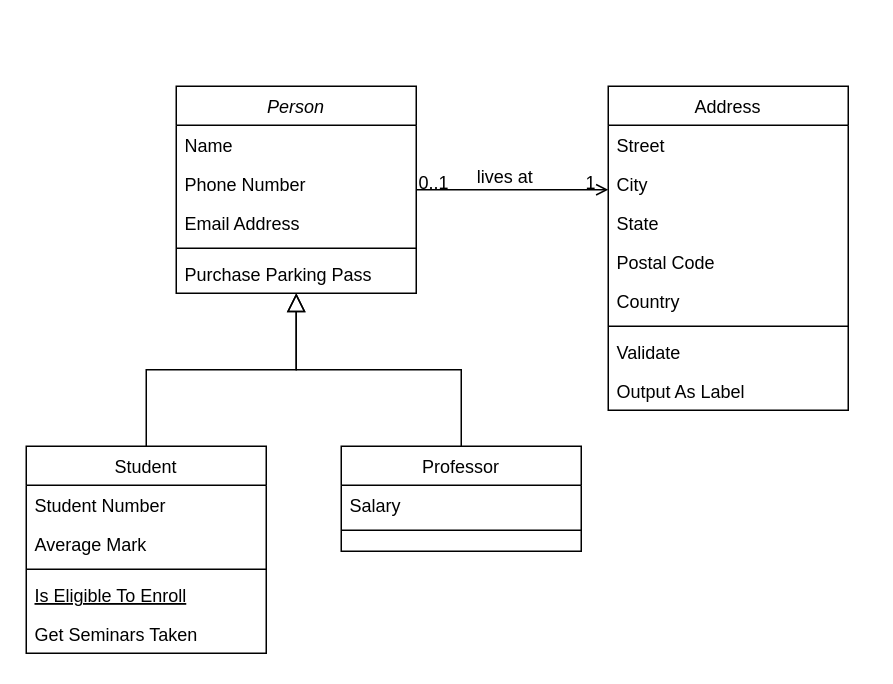
This is Diagramme sans nom.drawio from Jeremy-Cloarec/back-mystifolie, a draw.io file, before an edit. Source tidied: cells renumbered, new cells numbered last; positions are measured from the earlier drawing's top-left corner, leaving out a move shared by most shapes. Both pictures are drawn from the tidied source at 150%, with x=0, y=0 at pixel (26, 86).
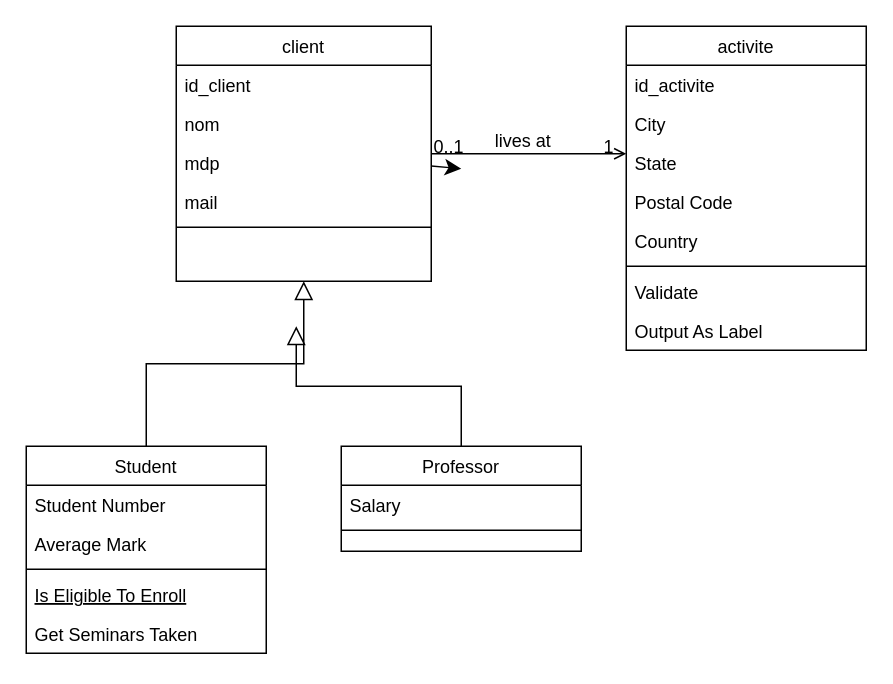
Above is the later version.

Commit message (it also covers changes not shown here):
Mettre à jour Diagramme sans nom.drawio

Unchanged cells that the change refers to:
```xml
<mxCell id="15" value="Professor" style="swimlane;fontStyle=0;align=center;verticalAlign=top;horizontal=1;startSize=26;rounded=0;shadow=0;strokeWidth=1;" parent="1" vertex="1">
  <mxGeometry x="210" y="240" width="160" height="70" as="geometry" />
</mxCell>
```

Change to the diagram source:
```diff
@@
+    <mxCell id="32" style="edgeStyle=none;curved=1;rounded=0;jettySize=auto;html=1;fontSize=12;startSize=8;endSize=8;" parent="1" edge="1" source="2">
+      <mxGeometry relative="1" as="geometry">
+        <mxPoint x="290" y="55" as="targetPoint" />
+      </mxGeometry>
+    </mxCell>
-    <mxCell id="2" value="Person" style="swimlane;fontStyle=2;align=center;verticalAlign=top;horizontal=1;startSize=26;rounded=0;shadow=0;strokeWidth=1;" parent="1" vertex="1">
-      <mxGeometry x="100" width="160" height="138" as="geometry" />
+    <mxCell id="2" value="client" style="swimlane;fontStyle=0;align=center;verticalAlign=top;horizontal=1;startSize=26;rounded=0;shadow=0;strokeWidth=1;" parent="1" vertex="1">
+      <mxGeometry x="100" y="-40" width="170" height="170" as="geometry" />
     </mxCell>
-    <mxCell id="3" value="Name" style="text;align=left;verticalAlign=top;spacingLeft=4;spacingRight=4;overflow=hidden;" parent="2" vertex="1">
-      <mxGeometry y="26" width="160" height="26" as="geometry" />
+    <mxCell id="3" value="id_client" style="text;align=left;verticalAlign=top;spacingLeft=4;spacingRight=4;overflow=hidden;" parent="2" vertex="1">
+      <mxGeometry y="26" width="170" height="26" as="geometry" />
     </mxCell>
-    <mxCell id="4" value="Phone Number" style="text;align=left;verticalAlign=top;spacingLeft=4;spacingRight=4;overflow=hidden;rounded=0;shadow=0;html=0;" parent="2" vertex="1">
-      <mxGeometry y="52" width="160" height="26" as="geometry" />
-    </mxCell>
-    <mxCell id="5" value="Email Address" style="text;align=left;verticalAlign=top;spacingLeft=4;spacingRight=4;overflow=hidden;rounded=0;shadow=0;html=0;" parent="2" vertex="1">
-      <mxGeometry y="78" width="160" height="26" as="geometry" />
-    </mxCell>
+    <mxCell id="33" value="nom" style="text;align=left;verticalAlign=top;spacingLeft=4;spacingRight=4;overflow=hidden;" parent="2" vertex="1">
+      <mxGeometry y="52" width="170" height="26" as="geometry" />
+    </mxCell>
+    <mxCell id="34" value="mdp" style="text;align=left;verticalAlign=top;spacingLeft=4;spacingRight=4;overflow=hidden;" parent="2" vertex="1">
+      <mxGeometry y="78" width="170" height="26" as="geometry" />
+    </mxCell>
+    <mxCell id="35" value="mail&#10;" style="text;align=left;verticalAlign=top;spacingLeft=4;spacingRight=4;overflow=hidden;" parent="2" vertex="1">
+      <mxGeometry y="104" width="170" height="26" as="geometry" />
+    </mxCell>
     <mxCell id="6" style="line;html=1;strokeWidth=1;align=left;verticalAlign=middle;spacingTop=-1;spacingLeft=3;spacingRight=3;labelPosition=right;" parent="2" vertex="1">
-      <mxGeometry y="104" width="160" height="8" as="geometry" />
+      <mxGeometry y="130" width="170" height="8" as="geometry" />
     </mxCell>
-    <mxCell id="7" value="Purchase Parking Pass" style="text;align=left;verticalAlign=top;spacingLeft=4;spacingRight=4;overflow=hidden;" parent="2" vertex="1">
-      <mxGeometry y="112" width="160" height="26" as="geometry" />
-    </mxCell>
@@
-    <mxCell id="18" style="endArrow=block;endSize=10;endFill=0;shadow=0;strokeWidth=1;rounded=0;curved=0;edgeStyle=elbowEdgeStyle;elbow=vertical;" parent="1" edge="1" source="15" target="2">
-      <mxGeometry relative="1" as="geometry" />
+    <mxCell id="18" style="endArrow=block;endSize=10;endFill=0;shadow=0;strokeWidth=1;rounded=0;curved=0;edgeStyle=elbowEdgeStyle;elbow=vertical;" parent="1" edge="1" source="15">
+      <mxGeometry relative="1" as="geometry">
+        <mxPoint x="180" y="160" as="targetPoint" />
+      </mxGeometry>
     </mxCell>
-    <mxCell id="19" value="Address" style="swimlane;fontStyle=0;align=center;verticalAlign=top;horizontal=1;startSize=26;rounded=0;shadow=0;strokeWidth=1;" parent="1" vertex="1">
-      <mxGeometry x="388" width="160" height="216" as="geometry" />
+    <mxCell id="19" value="activite" style="swimlane;fontStyle=0;align=center;verticalAlign=top;horizontal=1;startSize=26;rounded=0;shadow=0;strokeWidth=1;" parent="1" vertex="1">
+      <mxGeometry x="400" y="-40" width="160" height="216" as="geometry" />
     </mxCell>
-    <mxCell id="20" value="Street" style="text;align=left;verticalAlign=top;spacingLeft=4;spacingRight=4;overflow=hidden;" parent="19" vertex="1">
+    <mxCell id="20" value="id_activite" style="text;align=left;verticalAlign=top;spacingLeft=4;spacingRight=4;overflow=hidden;" parent="19" vertex="1">
       <mxGeometry y="26" width="160" height="26" as="geometry" />
     </mxCell>
```
